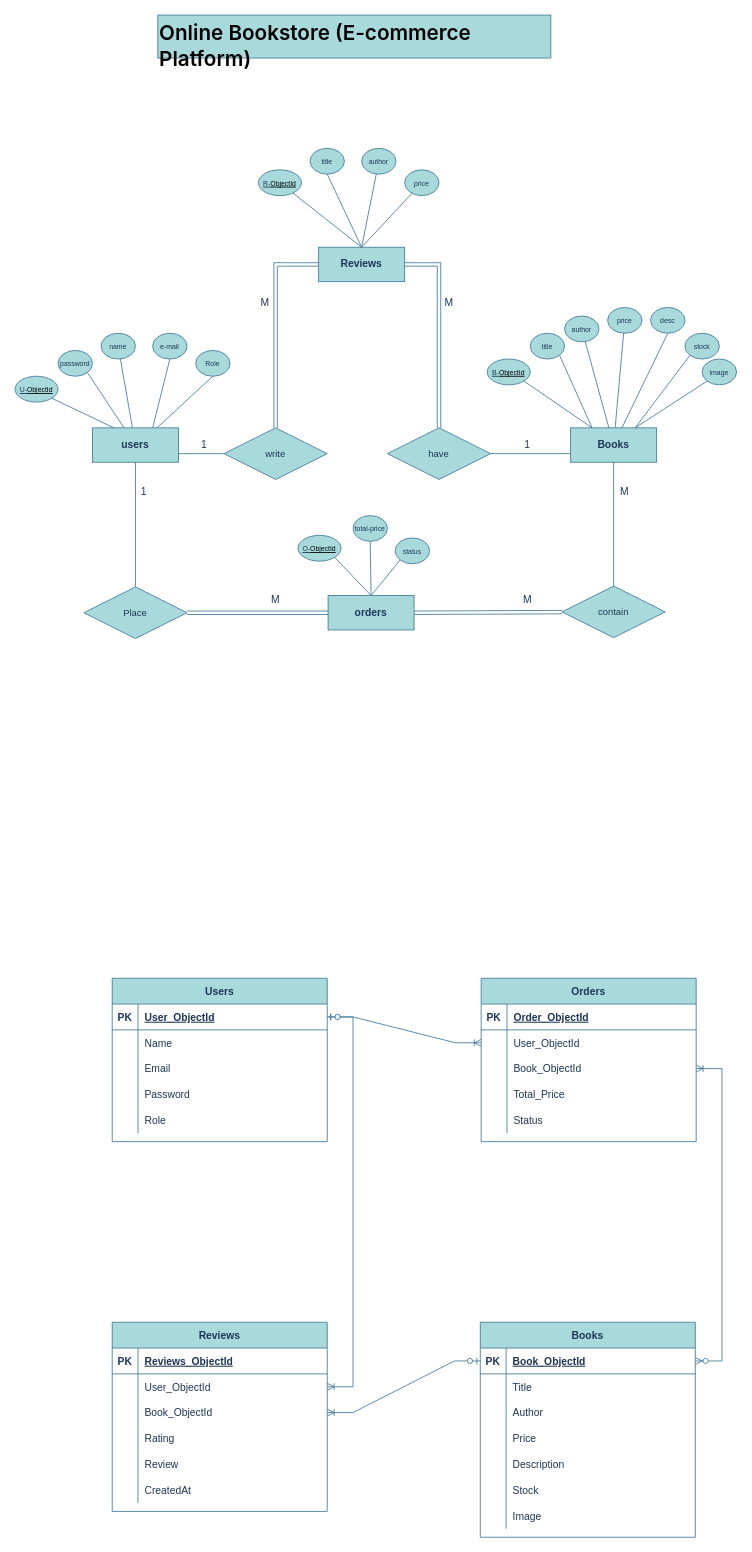
Before: ERD/E-Commerce(Book-Store) ERD.drawio in shymaagamal/E-commerce-Platform-Nodejs, a draw.io diagram. Source tidied: cells renumbered, new cells numbered last; positions are measured from the earlier drawing's top-left corner, leaving out a move shared by most shapes. Both pictures are drawn from the tidied source at 86%, with x=0, y=0 at pixel (15, 15).
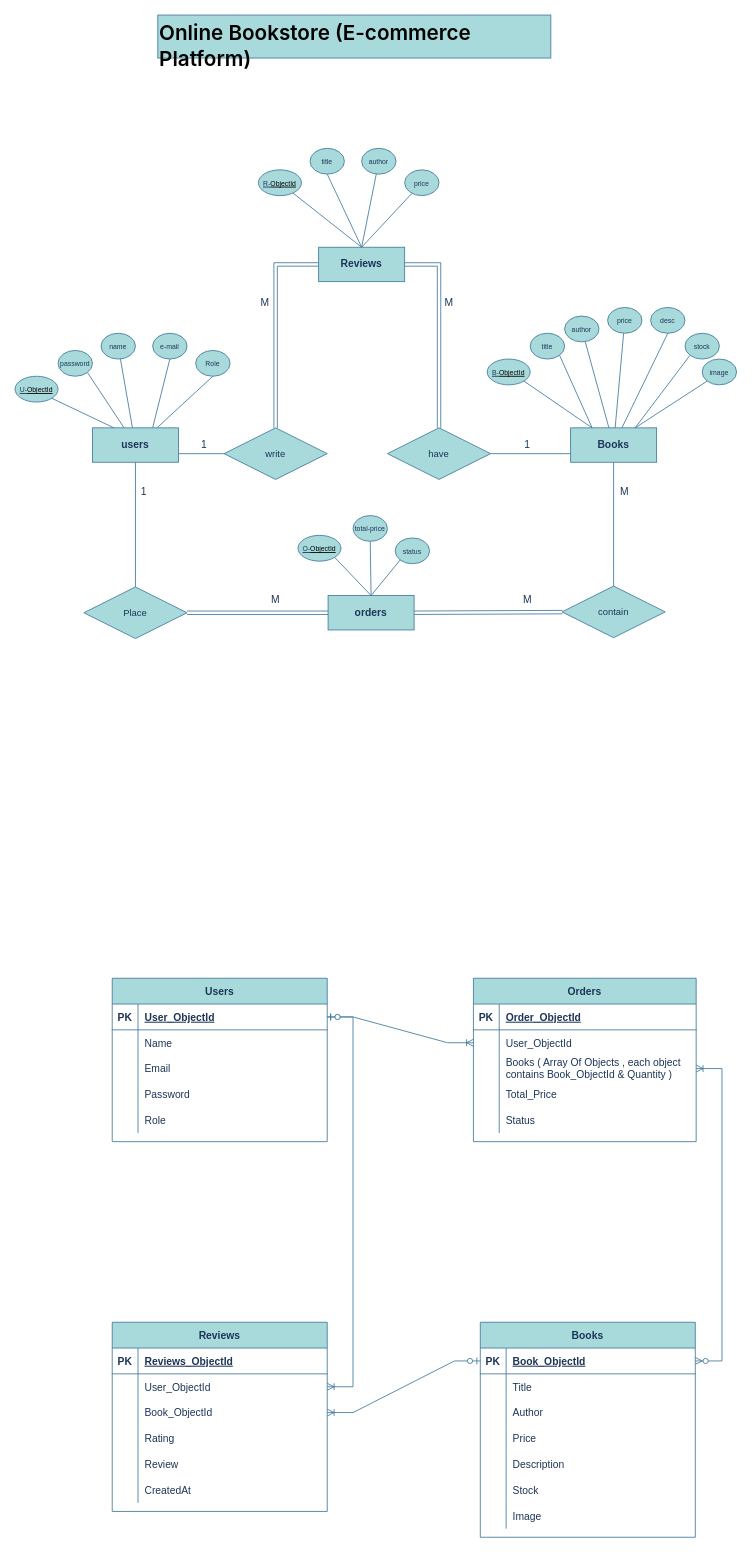
Above is the later version.

Commit message:
chore(ERD): Updating the ERD for the orders collection

Through adding a new property (quantity) in the array of books objects

The edit, as a diff of the source:
```diff
@@
     <mxCell id="2" value="Orders" style="shape=table;startSize=30;childLayout=tableLayout;rowLines=0;fontStyle=1;align=center;labelBackgroundColor=none;fillColor=#A8DADC;strokeColor=#457B9D;fontColor=#1D3557;" parent="1" vertex="1">
-      <mxGeometry x="542" y="1120" width="250" height="190" as="geometry" />
+      <mxGeometry x="533" y="1120" width="259" height="190" as="geometry" />
     </mxCell>
     <mxCell id="3" style="shape=partialRectangle;fillColor=none;top=0;left=0;right=0;bottom=1;labelBackgroundColor=none;strokeColor=#457B9D;fontColor=#1D3557;" parent="2" vertex="1">
-      <mxGeometry y="30" width="250" height="30" as="geometry" />
+      <mxGeometry y="30" width="259" height="30" as="geometry" />
     </mxCell>
@@
     <mxCell id="5" value="Order_ObjectId" style="shape=partialRectangle;overflow=hidden;fillColor=none;top=0;left=0;bottom=0;right=0;align=left;spacingLeft=6;fontStyle=5;labelBackgroundColor=none;strokeColor=#457B9D;fontColor=#1D3557;" parent="3" vertex="1">
-      <mxGeometry x="30" width="220" height="30" as="geometry" />
+      <mxGeometry x="30" width="229" height="30" as="geometry" />
     </mxCell>
     <mxCell id="6" style="shape=partialRectangle;fillColor=none;points=[[0,0.5],[1,0.5]];portConstraint=eastwest;top=0;left=0;right=0;bottom=0;labelBackgroundColor=none;strokeColor=#457B9D;fontColor=#1D3557;" parent="2" vertex="1">
-      <mxGeometry y="60" width="250" height="30" as="geometry" />
+      <mxGeometry y="60" width="259" height="30" as="geometry" />
     </mxCell>
@@
     <mxCell id="8" value="User_ObjectId" style="shape=partialRectangle;overflow=hidden;fillColor=none;top=0;left=0;bottom=0;right=0;align=left;spacingLeft=6;labelBackgroundColor=none;strokeColor=#457B9D;fontColor=#1D3557;" parent="6" vertex="1">
-      <mxGeometry x="30" width="220" height="30" as="geometry" />
+      <mxGeometry x="30" width="229" height="30" as="geometry" />
     </mxCell>
     <mxCell id="9" style="shape=partialRectangle;fillColor=none;points=[[0,0.5],[1,0.5]];portConstraint=eastwest;top=0;left=0;right=0;bottom=0;labelBackgroundColor=none;strokeColor=#457B9D;fontColor=#1D3557;" parent="2" vertex="1">
-      <mxGeometry y="90" width="250" height="30" as="geometry" />
+      <mxGeometry y="90" width="259" height="30" as="geometry" />
     </mxCell>
@@
-    <mxCell id="11" value="Book_ObjectId" style="shape=partialRectangle;overflow=hidden;fillColor=none;top=0;left=0;bottom=0;right=0;align=left;spacingLeft=6;labelBackgroundColor=none;strokeColor=#457B9D;fontColor=#1D3557;" parent="9" vertex="1">
-      <mxGeometry x="30" width="220" height="30" as="geometry" />
+    <mxCell id="11" value="Books ( Array Of Objects , each object &#10;contains Book_ObjectId &amp; Quantity )" style="shape=partialRectangle;overflow=hidden;fillColor=none;top=0;left=0;bottom=0;right=0;align=left;spacingLeft=6;labelBackgroundColor=none;strokeColor=#457B9D;fontColor=#1D3557;" parent="9" vertex="1">
+      <mxGeometry x="30" width="229" height="30" as="geometry" />
     </mxCell>
     <mxCell id="12" style="shape=partialRectangle;fillColor=none;top=0;left=0;right=0;bottom=0;labelBackgroundColor=none;strokeColor=#457B9D;fontColor=#1D3557;" parent="2" vertex="1">
-      <mxGeometry y="120" width="250" height="30" as="geometry" />
+      <mxGeometry y="120" width="259" height="30" as="geometry" />
     </mxCell>
@@
     <mxCell id="14" value="Total_Price" style="shape=partialRectangle;overflow=hidden;fillColor=none;top=0;left=0;bottom=0;right=0;align=left;spacingLeft=6;labelBackgroundColor=none;strokeColor=#457B9D;fontColor=#1D3557;" parent="12" vertex="1">
-      <mxGeometry x="30" width="220" height="30" as="geometry" />
+      <mxGeometry x="30" width="229" height="30" as="geometry" />
     </mxCell>
     <mxCell id="15" style="shape=partialRectangle;fillColor=none;top=0;left=0;right=0;bottom=0;labelBackgroundColor=none;strokeColor=#457B9D;fontColor=#1D3557;" parent="2" vertex="1">
-      <mxGeometry y="150" width="250" height="30" as="geometry" />
+      <mxGeometry y="150" width="259" height="30" as="geometry" />
     </mxCell>
@@
     <mxCell id="17" value="Status" style="shape=partialRectangle;overflow=hidden;fillColor=none;top=0;left=0;bottom=0;right=0;align=left;spacingLeft=6;labelBackgroundColor=none;strokeColor=#457B9D;fontColor=#1D3557;" parent="15" vertex="1">
-      <mxGeometry x="30" width="220" height="30" as="geometry" />
+      <mxGeometry x="30" width="229" height="30" as="geometry" />
     </mxCell>
```
